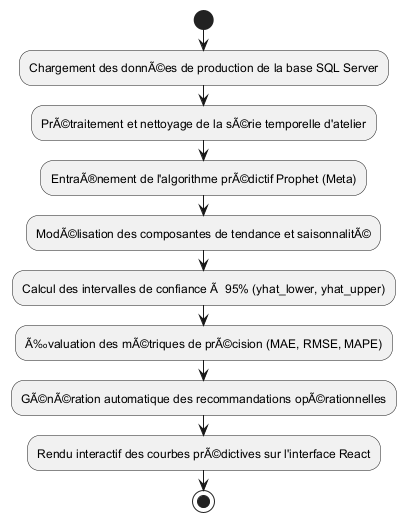
Before: Rapport/diagrams/sprint4_activity.png, a diagram exported from PlantUML (ayoubmek/PFE_data_science). The source it was exported from:
```plantuml
@startuml sprint4_activity
start
:Chargement des donnÃ©es de production de la base SQL Server;
:PrÃ©traitement et nettoyage de la sÃ©rie temporelle d'atelier;
:EntraÃ®nement de l'algorithme prÃ©dictif Prophet (Meta);
:ModÃ©lisation des composantes de tendance et saisonnalitÃ©;
:Calcul des intervalles de confiance Ã  95% (yhat_lower, yhat_upper);
:Ã‰valuation des mÃ©triques de prÃ©cision (MAE, RMSE, MAPE);
:GÃ©nÃ©ration automatique des recommandations opÃ©rationnelles;
:Rendu interactif des courbes prÃ©dictives sur l'interface React;
stop
@enduml
```
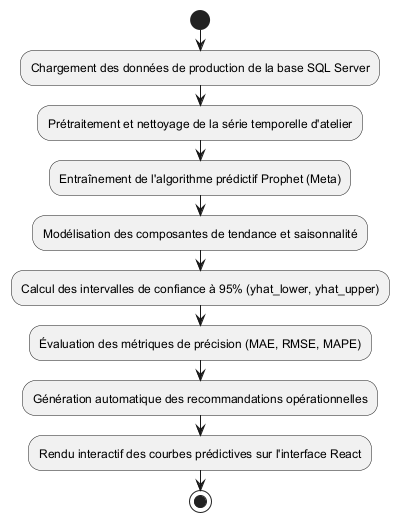
The same file after the commit.

Diff of the diagram source:
```diff
@@ -1,12 +1,12 @@
 @startuml sprint4_activity
 start
-:Chargement des donnÃ©es de production de la base SQL Server;
-:PrÃ©traitement et nettoyage de la sÃ©rie temporelle d'atelier;
-:EntraÃ®nement de l'algorithme prÃ©dictif Prophet (Meta);
-:ModÃ©lisation des composantes de tendance et saisonnalitÃ©;
-:Calcul des intervalles de confiance Ã  95% (yhat_lower, yhat_upper);
-:Ã‰valuation des mÃ©triques de prÃ©cision (MAE, RMSE, MAPE);
-:GÃ©nÃ©ration automatique des recommandations opÃ©rationnelles;
-:Rendu interactif des courbes prÃ©dictives sur l'interface React;
+:Chargement des données de production de la base SQL Server;
+:Prétraitement et nettoyage de la série temporelle d'atelier;
+:Entraînement de l'algorithme prédictif Prophet (Meta);
+:Modélisation des composantes de tendance et saisonnalité;
+:Calcul des intervalles de confiance à 95% (yhat_lower, yhat_upper);
+:Évaluation des métriques de précision (MAE, RMSE, MAPE);
+:Génération automatique des recommandations opérationnelles;
+:Rendu interactif des courbes prédictives sur l'interface React;
 stop
 @enduml
```
